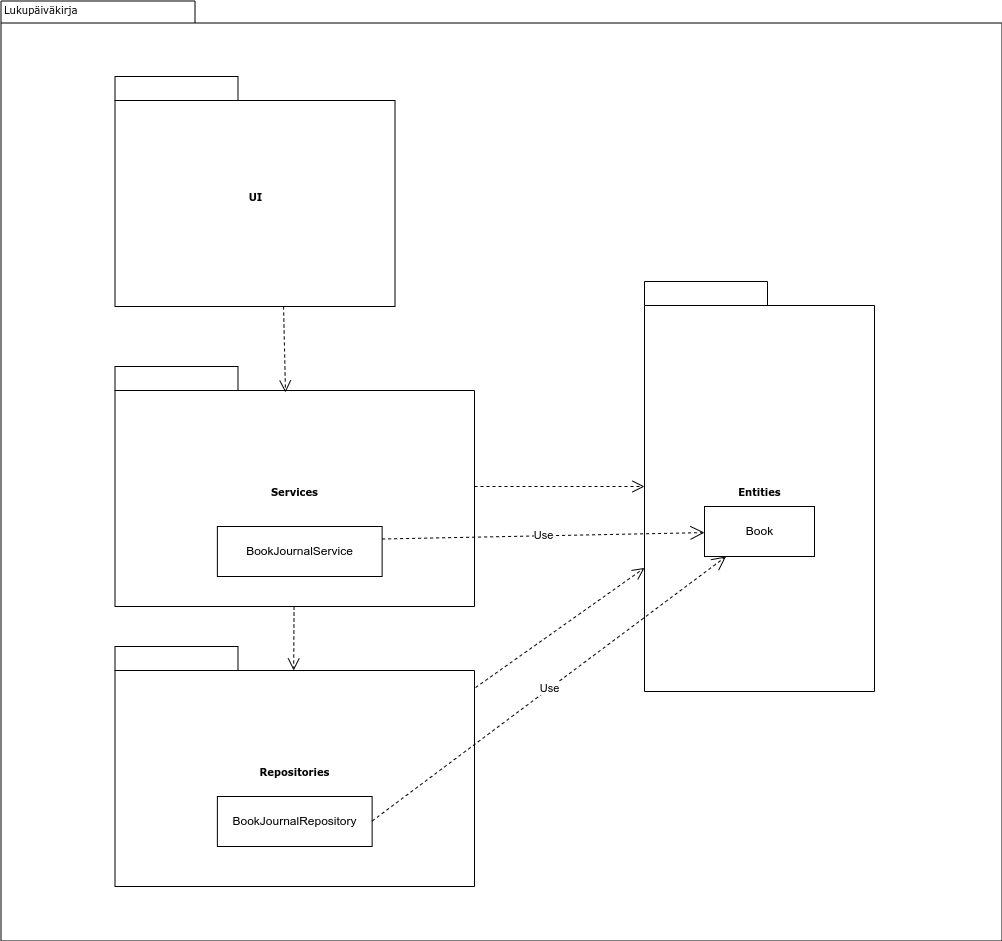
Before: dokumentaatio/kuvat/arkkitehtuurikaavio.png, a diagram exported from draw.io (tovento/ot-harjoitustyo). Source tidied: cells renumbered, new cells last; positions are measured from the earlier drawing's top-left corner, leaving out a move shared by most shapes.
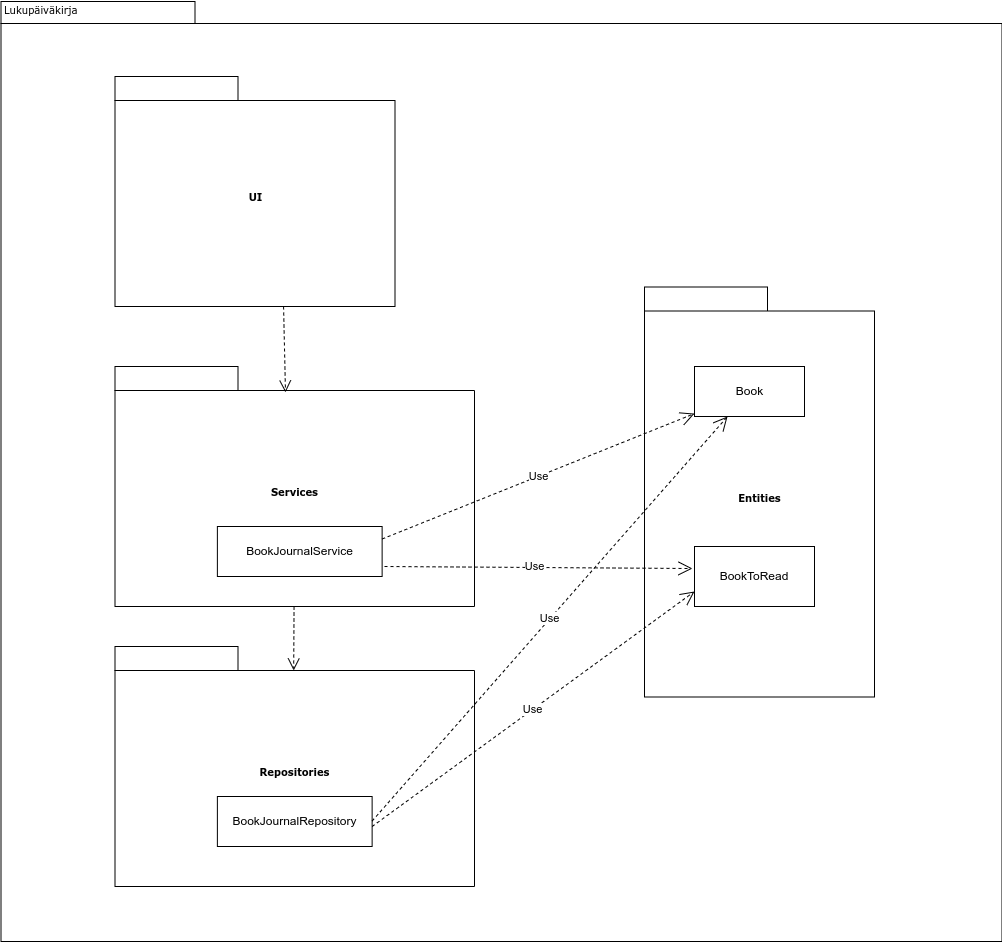
The same diagram one commit later.

The edit, as a diff of the source:
```diff
@@ -3,7 +3,7 @@
     <mxCell id="0" />
     <mxCell id="1" parent="0" />
     <mxCell id="2" style="shape=folder;fontStyle=1;spacingTop=10;tabWidth=194;tabHeight=22;tabPosition=left;html=1;rounded=0;shadow=0;comic=0;labelBackgroundColor=none;strokeWidth=1;fillColor=none;fontFamily=Verdana;fontSize=10;align=center;" parent="1" vertex="1">
-      <mxGeometry x="0.5" y="0.5" width="1001" height="940" as="geometry" />
+      <mxGeometry x="0.5" y="1" width="1001" height="940" as="geometry" />
     </mxCell>
     <mxCell id="3" style="group;" parent="1" vertex="1">
       <mxGeometry x="114.5" y="180.5" width="310" height="180" as="geometry" />
@@ -15,26 +15,23 @@
       <mxGeometry x="719.5" y="180.5" width="230" height="480" as="geometry" />
     </mxCell>
     <mxCell id="6" style="group;" parent="5" vertex="1">
-      <mxGeometry width="230" height="480" as="geometry" />
+      <mxGeometry y="5.5" width="230" height="480" as="geometry" />
     </mxCell>
     <mxCell id="7" value="Entities" style="shape=folder;fontStyle=1;spacingTop=10;tabWidth=123;tabHeight=24;tabPosition=left;html=1;rounded=0;shadow=0;comic=0;labelBackgroundColor=none;strokeWidth=1;fontFamily=Verdana;fontSize=10;align=center;" parent="6" vertex="1">
       <mxGeometry x="-75.5" y="100.5" width="230" height="410" as="geometry" />
     </mxCell>
     <mxCell id="8" value="Book" style="html=1;" parent="6" vertex="1">
-      <mxGeometry x="-15.5" y="325.5" width="110" height="50" as="geometry" />
+      <mxGeometry x="-25.5" y="180" width="110" height="50" as="geometry" />
     </mxCell>
+    <mxCell id="21" value="BookToRead" style="rounded=0;whiteSpace=wrap;html=1;" parent="6" vertex="1">
+      <mxGeometry x="-25.5" y="360" width="120" height="60" as="geometry" />
+    </mxCell>
     <mxCell id="9" style="edgeStyle=none;rounded=0;html=1;entryX=0.497;entryY=0.1;entryPerimeter=0;dashed=1;labelBackgroundColor=none;startFill=0;endArrow=open;endFill=0;endSize=10;fontFamily=Verdana;fontSize=10;entryDx=0;entryDy=0;" parent="1" edge="1" source="11" target="13">
       <mxGeometry relative="1" as="geometry" />
     </mxCell>
-    <mxCell id="10" style="edgeStyle=elbowEdgeStyle;rounded=0;html=1;dashed=1;labelBackgroundColor=none;startFill=0;endArrow=open;endFill=0;endSize=10;fontFamily=Verdana;fontSize=10;elbow=vertical;" parent="1" edge="1" source="11" target="7">
-      <mxGeometry relative="1" as="geometry" />
-    </mxCell>
     <mxCell id="11" value="Services" style="shape=folder;fontStyle=1;spacingTop=10;tabWidth=123;tabHeight=24;tabPosition=left;html=1;rounded=0;shadow=0;comic=0;labelBackgroundColor=none;strokeColor=#000000;strokeWidth=1;fillColor=#ffffff;fontFamily=Verdana;fontSize=10;fontColor=#000000;align=center;" parent="1" vertex="1">
       <mxGeometry x="114.5" y="366" width="359.5" height="240" as="geometry" />
     </mxCell>
-    <mxCell id="12" style="edgeStyle=none;rounded=0;html=1;dashed=1;labelBackgroundColor=none;startFill=0;endArrow=open;endFill=0;endSize=10;fontFamily=Verdana;fontSize=10;exitX=1.003;exitY=0.171;exitPerimeter=0;exitDx=0;exitDy=0;" parent="1" edge="1" source="13" target="7">
-      <mxGeometry relative="1" as="geometry" />
-    </mxCell>
     <mxCell id="13" value="Repositories" style="shape=folder;fontStyle=1;spacingTop=10;tabWidth=123;tabHeight=24;tabPosition=left;html=1;rounded=0;shadow=0;comic=0;labelBackgroundColor=none;strokeWidth=1;fontFamily=Verdana;fontSize=10;align=center;" parent="1" vertex="1">
       <mxGeometry x="114.5" y="646" width="359.5" height="240" as="geometry" />
     </mxCell>
@@ -63,5 +60,15 @@
     <mxCell id="20" value="Use" style="endArrow=open;endSize=12;dashed=1;html=1;rounded=0;exitX=1;exitY=0.25;exitDx=0;exitDy=0;" parent="1" edge="1" source="17" target="8">
       <mxGeometry relative="1" as="geometry" />
     </mxCell>
+    <mxCell id="22" value="Use" style="endArrow=open;endSize=12;dashed=1;html=1;rounded=0;entryX=0;entryY=0.75;entryDx=0;entryDy=0;" parent="1" edge="1" target="21">
+      <mxGeometry relative="1" as="geometry">
+        <mxPoint x="371.6" y="826" as="sourcePoint" />
+      </mxGeometry>
+    </mxCell>
+    <mxCell id="23" value="Use" style="endArrow=open;endSize=12;dashed=1;html=1;rounded=0;entryX=-0.017;entryY=0.367;entryDx=0;entryDy=0;entryPerimeter=0;" parent="1" edge="1" target="21">
+      <mxGeometry x="-0.03" y="1" relative="1" as="geometry">
+        <mxPoint x="384" y="566" as="sourcePoint" />
+      </mxGeometry>
+    </mxCell>
   </root>
 </mxGraphModel>
```
